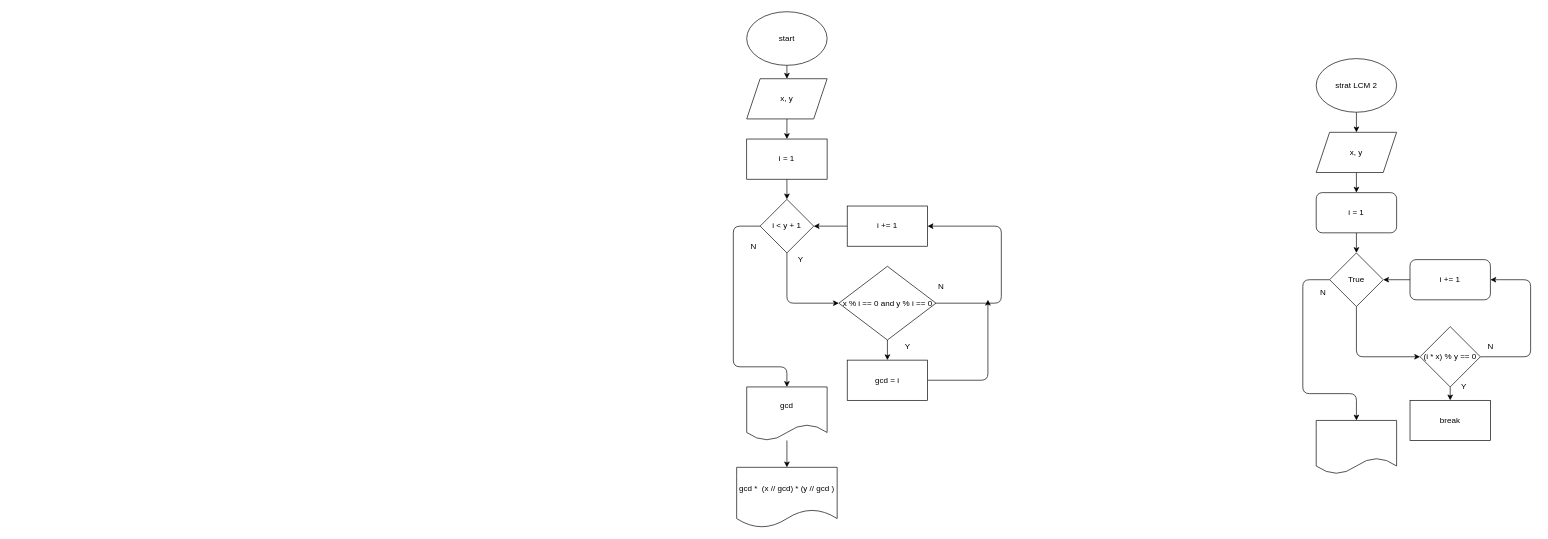
Earlier version of the draw.io diagram stage/The most wrong question/2609.drawio (Gyeongrok-Oh/boj). Source tidied: cells renumbered, new cells numbered last; positions are measured from the earlier drawing's top-left corner, leaving out a move shared by most shapes. Both pictures are drawn from the tidied source at 67%, with x=0, y=0 at pixel (733, 11).
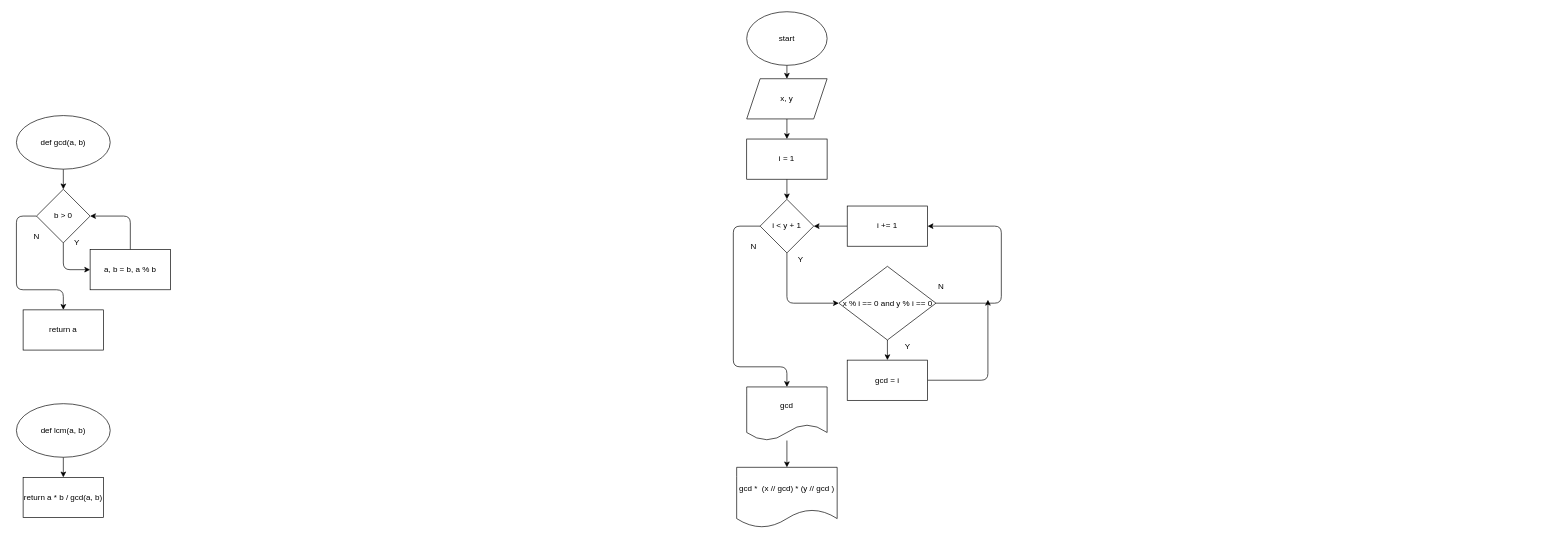
The same page after the edit.

Diff of the diagram source:
```diff
@@
-    <mxCell id="25" style="edgeStyle=none;html=1;" parent="1" edge="1" source="26" target="31">
-      <mxGeometry relative="1" as="geometry" />
-    </mxCell>
+    <mxCell id="44" style="edgeStyle=none;html=1;" parent="1" edge="1" source="26" target="43">
+      <mxGeometry relative="1" as="geometry" />
+    </mxCell>
-    <mxCell id="26" value="strat LCM 2" style="ellipse;whiteSpace=wrap;html=1;" parent="1" vertex="1">
-      <mxGeometry x="870" y="70" width="120" height="80" as="geometry" />
+    <mxCell id="26" value="&lt;div style=&quot;text-align: left&quot;&gt;def gcd(a, b)&lt;/div&gt;" style="ellipse;whiteSpace=wrap;html=1;" parent="1" vertex="1">
+      <mxGeometry x="-1070" y="155" width="140" height="80" as="geometry" />
     </mxCell>
-    <mxCell id="27" style="edgeStyle=none;html=1;" parent="1" edge="1" source="29" target="38">
-      <mxGeometry relative="1" as="geometry">
-        <Array as="points">
-          <mxPoint x="930" y="515" />
-        </Array>
-      </mxGeometry>
-    </mxCell>
-    <mxCell id="28" style="edgeStyle=none;html=1;" parent="1" edge="1" source="29">
-      <mxGeometry relative="1" as="geometry">
-        <mxPoint x="930" y="610" as="targetPoint" />
-        <Array as="points">
-          <mxPoint x="850" y="400" />
-          <mxPoint x="850" y="570" />
-          <mxPoint x="930" y="570" />
-        </Array>
-      </mxGeometry>
-    </mxCell>
-    <mxCell id="29" value="True" style="rhombus;whiteSpace=wrap;html=1;" parent="1" vertex="1">
-      <mxGeometry x="890" y="360" width="80" height="80" as="geometry" />
-    </mxCell>
-    <mxCell id="30" style="edgeStyle=none;html=1;" parent="1" edge="1" source="31" target="33">
-      <mxGeometry relative="1" as="geometry" />
-    </mxCell>
-    <mxCell id="31" value="x, y" style="shape=parallelogram;perimeter=parallelogramPerimeter;whiteSpace=wrap;html=1;fixedSize=1;" parent="1" vertex="1">
-      <mxGeometry x="870" y="180" width="120" height="60" as="geometry" />
-    </mxCell>
-    <mxCell id="32" style="edgeStyle=none;html=1;" parent="1" edge="1" source="33" target="29">
-      <mxGeometry relative="1" as="geometry" />
-    </mxCell>
-    <mxCell id="33" value="i = 1" style="rounded=1;whiteSpace=wrap;html=1;" parent="1" vertex="1">
-      <mxGeometry x="870" y="270" width="120" height="60" as="geometry" />
-    </mxCell>
-    <mxCell id="34" style="edgeStyle=none;html=1;" parent="1" edge="1" source="35" target="29">
-      <mxGeometry relative="1" as="geometry" />
-    </mxCell>
-    <mxCell id="35" value="i += 1" style="rounded=1;whiteSpace=wrap;html=1;" parent="1" vertex="1">
-      <mxGeometry x="1010" y="370" width="120" height="60" as="geometry" />
-    </mxCell>
-    <mxCell id="36" style="edgeStyle=none;html=1;" parent="1" edge="1" source="38" target="39">
-      <mxGeometry relative="1" as="geometry" />
-    </mxCell>
-    <mxCell id="37" style="edgeStyle=none;html=1;entryX=1;entryY=0.5;entryDx=0;entryDy=0;" parent="1" edge="1" source="38" target="35">
-      <mxGeometry relative="1" as="geometry">
-        <Array as="points">
-          <mxPoint x="1190" y="515" />
-          <mxPoint x="1190" y="400" />
-        </Array>
-      </mxGeometry>
-    </mxCell>
-    <mxCell id="38" value="(i * x) % y == 0" style="rhombus;whiteSpace=wrap;html=1;" parent="1" vertex="1">
-      <mxGeometry x="1025" y="470" width="90" height="90" as="geometry" />
-    </mxCell>
-    <mxCell id="39" value="break" style="whiteSpace=wrap;html=1;" parent="1" vertex="1">
-      <mxGeometry x="1010" y="580" width="120" height="60" as="geometry" />
-    </mxCell>
-    <mxCell id="40" value="N" style="text;html=1;align=center;verticalAlign=middle;strokeColor=none;fillColor=none;" parent="1" vertex="1">
-      <mxGeometry x="870" y="410" width="20" height="20" as="geometry" />
-    </mxCell>
+    <mxCell id="45" style="edgeStyle=none;html=1;" parent="1" edge="1" source="43" target="48">
+      <mxGeometry relative="1" as="geometry">
+        <Array as="points">
+          <mxPoint x="-1000" y="385" />
+        </Array>
+      </mxGeometry>
+    </mxCell>
+    <mxCell id="46" style="edgeStyle=none;html=1;" parent="1" edge="1" source="43" target="49">
+      <mxGeometry relative="1" as="geometry">
+        <Array as="points">
+          <mxPoint x="-1070" y="305" />
+          <mxPoint x="-1070" y="415" />
+          <mxPoint x="-1000" y="415" />
+        </Array>
+      </mxGeometry>
+    </mxCell>
+    <mxCell id="43" value="b &amp;gt; 0" style="rhombus;whiteSpace=wrap;html=1;" parent="1" vertex="1">
+      <mxGeometry x="-1040" y="265" width="80" height="80" as="geometry" />
+    </mxCell>
+    <mxCell id="47" style="edgeStyle=none;html=1;entryX=1;entryY=0.5;entryDx=0;entryDy=0;" parent="1" edge="1" source="48" target="43">
+      <mxGeometry relative="1" as="geometry">
+        <Array as="points">
+          <mxPoint x="-900" y="305" />
+        </Array>
+      </mxGeometry>
+    </mxCell>
+    <mxCell id="48" value="a, b = b, a % b" style="whiteSpace=wrap;html=1;" parent="1" vertex="1">
+      <mxGeometry x="-960" y="355" width="120" height="60" as="geometry" />
+    </mxCell>
+    <mxCell id="49" value="return a" style="whiteSpace=wrap;html=1;" parent="1" vertex="1">
+      <mxGeometry x="-1060" y="445" width="120" height="60" as="geometry" />
+    </mxCell>
+    <mxCell id="50" value="N" style="text;html=1;align=center;verticalAlign=middle;strokeColor=none;fillColor=none;" parent="1" vertex="1">
+      <mxGeometry x="-1050" y="325" width="20" height="20" as="geometry" />
+    </mxCell>
     <mxCell id="41" value="Y" style="text;html=1;align=center;verticalAlign=middle;strokeColor=none;fillColor=none;" parent="1" vertex="1">
-      <mxGeometry x="1080" y="550" width="20" height="20" as="geometry" />
+      <mxGeometry x="-990" y="335" width="20" height="20" as="geometry" />
     </mxCell>
-    <mxCell id="42" value="N" style="text;html=1;align=center;verticalAlign=middle;strokeColor=none;fillColor=none;" parent="1" vertex="1">
-      <mxGeometry x="1120" y="490" width="20" height="20" as="geometry" />
-    </mxCell>
-    <mxCell id="43" style="shape=document;whiteSpace=wrap;html=1;boundedLbl=1;" parent="1" vertex="1">
-      <mxGeometry x="870" y="610" width="120" height="80" as="geometry" />
-    </mxCell>
+    <mxCell id="51" style="edgeStyle=none;html=1;" parent="1" edge="1" source="52">
+      <mxGeometry relative="1" as="geometry">
+        <mxPoint x="-1000" y="695" as="targetPoint" />
+      </mxGeometry>
+    </mxCell>
+    <mxCell id="52" value="&lt;div style=&quot;text-align: left&quot;&gt;def lcm(a, b)&lt;/div&gt;" style="ellipse;whiteSpace=wrap;html=1;" parent="1" vertex="1">
+      <mxGeometry x="-1070" y="585" width="140" height="80" as="geometry" />
+    </mxCell>
+    <mxCell id="53" value="return a * b / gcd(a, b)" style="whiteSpace=wrap;html=1;" parent="1" vertex="1">
+      <mxGeometry x="-1060" y="695" width="120" height="60" as="geometry" />
+    </mxCell>
```
